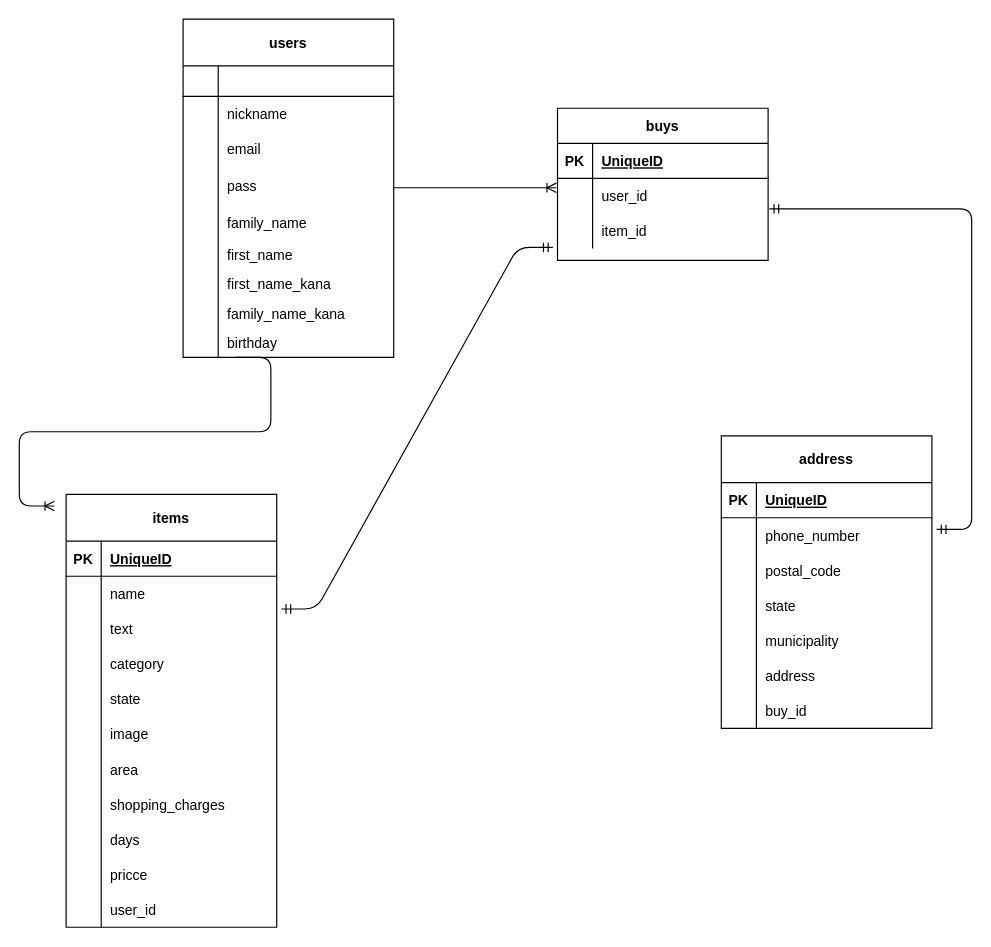
Before: test.dio in noah1216/furima-33511, a draw.io diagram. Source tidied: cells renumbered, new cells numbered last; positions are measured from the earlier drawing's top-left corner, leaving out a move shared by most shapes. Both pictures are drawn from the tidied source at 117%, with x=0, y=0 at pixel (54, 19).
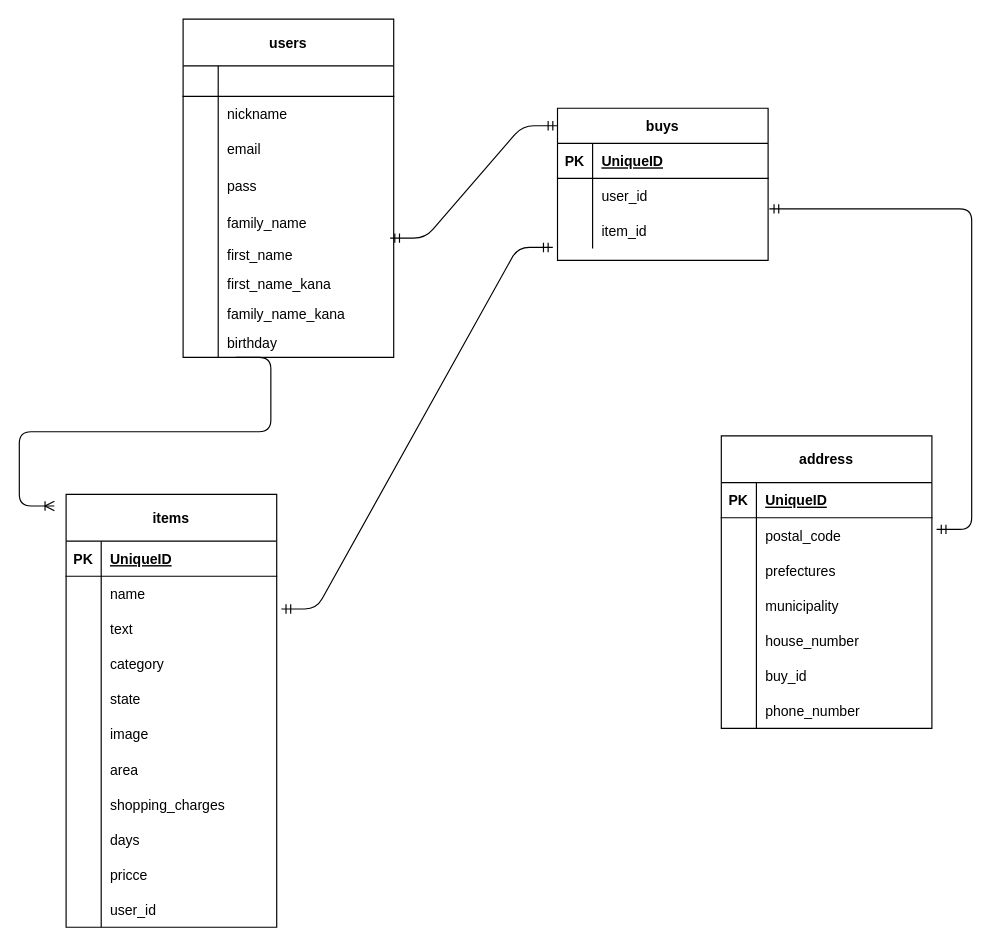
Above is the later version.

Unchanged cells that the change refers to:
```xml
<mxCell id="2" value="address" style="shape=table;startSize=40;childLayout=tableLayout;rowLines=0;fontStyle=1;align=center;" parent="1" vertex="1">
  <mxGeometry x="570" y="356" width="180" height="250" as="geometry" />
</mxCell>
<mxCell id="40" style="shape=partialRectangle;fillColor=none;top=0;left=0;bottom=0;right=0;points=[[0,0.5],[1,0.5]];portConstraint=eastwest;" parent="24" vertex="1">
  <mxGeometry y="189" width="180" height="25" as="geometry" />
</mxCell>
```

Diff of the diagram source:
```diff
@@
-    <mxCell id="6" style="shape=partialRectangle;fillColor=none;top=0;left=0;bottom=0;right=0;" parent="2" vertex="1">
-      <mxGeometry y="70" width="180" height="30" as="geometry" />
-    </mxCell>
-    <mxCell id="7" style="shape=partialRectangle;fillColor=none;top=0;left=0;bottom=0;right=0;overflow=hidden;" parent="6" vertex="1">
-      <mxGeometry width="30" height="30" as="geometry" />
-    </mxCell>
-    <mxCell id="8" value="phone_number" style="shape=partialRectangle;fillColor=none;top=0;left=0;bottom=0;right=0;align=left;spacingLeft=6;overflow=hidden;" parent="6" vertex="1">
-      <mxGeometry x="30" width="150" height="30" as="geometry" />
-    </mxCell>
     <mxCell id="9" style="shape=partialRectangle;fillColor=none;top=0;left=0;bottom=0;right=0;" parent="2" vertex="1">
-      <mxGeometry y="100" width="180" height="30" as="geometry" />
+      <mxGeometry y="70" width="180" height="30" as="geometry" />
     </mxCell>
@@
     <mxCell id="12" style="shape=partialRectangle;fillColor=none;top=0;left=0;bottom=0;right=0;" parent="2" vertex="1">
-      <mxGeometry y="130" width="180" height="30" as="geometry" />
+      <mxGeometry y="100" width="180" height="30" as="geometry" />
     </mxCell>
@@
-    <mxCell id="14" value="state" style="shape=partialRectangle;fillColor=none;top=0;left=0;bottom=0;right=0;align=left;spacingLeft=6;overflow=hidden;" parent="12" vertex="1">
+    <mxCell id="14" value="prefectures" style="shape=partialRectangle;fillColor=none;top=0;left=0;bottom=0;right=0;align=left;spacingLeft=6;overflow=hidden;" parent="12" vertex="1">
       <mxGeometry x="30" width="150" height="30" as="geometry" />
     </mxCell>
     <mxCell id="15" style="shape=partialRectangle;fillColor=none;top=0;left=0;bottom=0;right=0;" parent="2" vertex="1">
-      <mxGeometry y="160" width="180" height="30" as="geometry" />
+      <mxGeometry y="130" width="180" height="30" as="geometry" />
     </mxCell>
@@
     <mxCell id="18" style="shape=partialRectangle;fillColor=none;top=0;left=0;bottom=0;right=0;" parent="2" vertex="1">
-      <mxGeometry y="190" width="180" height="30" as="geometry" />
+      <mxGeometry y="160" width="180" height="30" as="geometry" />
     </mxCell>
@@
-    <mxCell id="20" value="address" style="shape=partialRectangle;fillColor=none;top=0;left=0;bottom=0;right=0;align=left;spacingLeft=6;overflow=hidden;" parent="18" vertex="1">
+    <mxCell id="20" value="house_number" style="shape=partialRectangle;fillColor=none;top=0;left=0;bottom=0;right=0;align=left;spacingLeft=6;overflow=hidden;" parent="18" vertex="1">
       <mxGeometry x="30" width="150" height="30" as="geometry" />
     </mxCell>
     <mxCell id="21" style="shape=partialRectangle;fillColor=none;top=0;left=0;bottom=0;right=0;" parent="2" vertex="1">
-      <mxGeometry y="220" width="180" height="30" as="geometry" />
+      <mxGeometry y="190" width="180" height="30" as="geometry" />
     </mxCell>
@@
+    <mxCell id="6" style="shape=partialRectangle;fillColor=none;top=0;left=0;bottom=0;right=0;" parent="2" vertex="1">
+      <mxGeometry y="220" width="180" height="30" as="geometry" />
+    </mxCell>
+    <mxCell id="7" style="shape=partialRectangle;fillColor=none;top=0;left=0;bottom=0;right=0;overflow=hidden;" parent="6" vertex="1">
+      <mxGeometry width="30" height="30" as="geometry" />
+    </mxCell>
+    <mxCell id="8" value="phone_number" style="shape=partialRectangle;fillColor=none;top=0;left=0;bottom=0;right=0;align=left;spacingLeft=6;overflow=hidden;" parent="6" vertex="1">
+      <mxGeometry x="30" width="150" height="30" as="geometry" />
+    </mxCell>
@@
-    <mxCell id="97" style="edgeStyle=entityRelationEdgeStyle;fontSize=12;html=1;endArrow=ERoneToMany;" parent="1" edge="1">
-      <mxGeometry relative="1" as="geometry">
-        <mxPoint x="290" y="144" as="sourcePoint" />
-        <mxPoint x="429" y="144" as="targetPoint" />
-      </mxGeometry>
-    </mxCell>
@@
+    <mxCell id="100" style="edgeStyle=entityRelationEdgeStyle;fontSize=12;html=1;endArrow=ERmandOne;startArrow=ERmandOne;exitX=0.983;exitY=-0.07;exitDx=0;exitDy=0;exitPerimeter=0;" parent="1" edge="1" source="40">
+      <mxGeometry relative="1" as="geometry">
+        <mxPoint x="430" y="91" as="targetPoint" />
+      </mxGeometry>
+    </mxCell>
```
